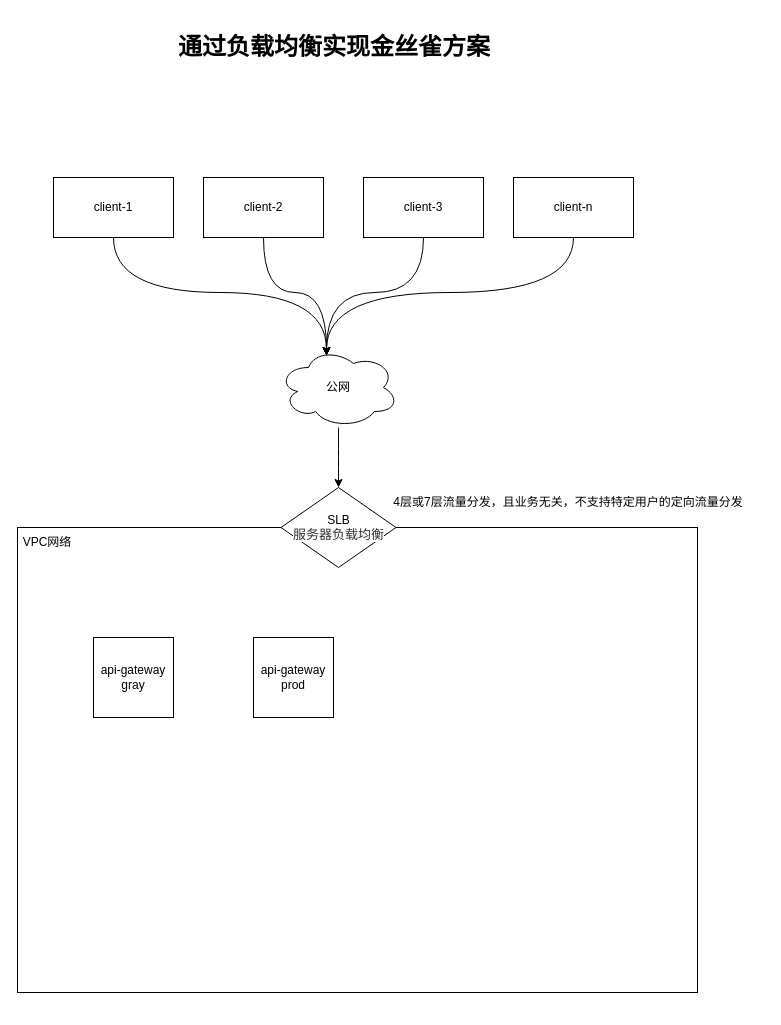
This is 通过负载均衡实现金丝雀方案.drawio from JefferyRao/hello-world, a draw.io file, before an edit. Source tidied: cells renumbered, new cells numbered last; positions are measured from the earlier drawing's top-left corner, leaving out a move shared by most shapes. Both pictures are drawn from the tidied source at 100%, with x=0, y=0 at pixel (17, 27).
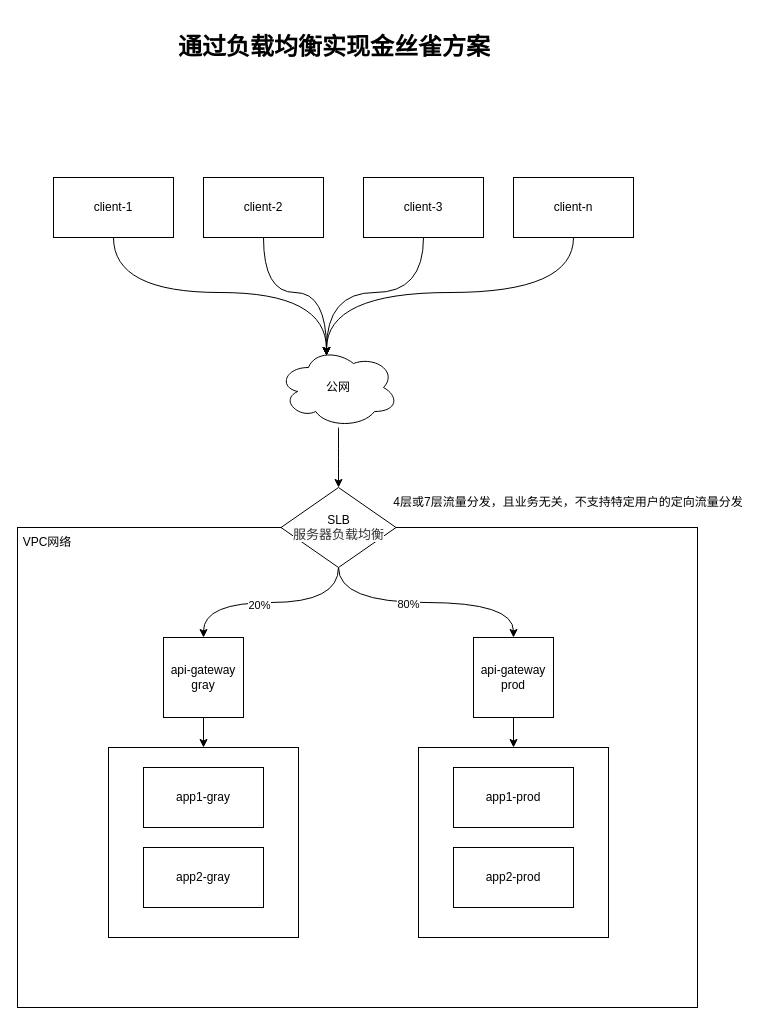
The same diagram, later.

Commit message (it also covers changes not shown here):
更新通过负载均衡实现金丝雀方案.drawio

Unchanged cells that the change refers to:
```xml
<mxCell id="15" value="SLB&lt;br&gt;&lt;span style=&quot;color: rgb(51, 51, 51); font-family: Arial, sans-serif; font-size: 13px; text-align: start; background-color: rgb(252, 252, 252);&quot;&gt;服务器负载均衡&lt;/span&gt;&lt;br&gt;" style="rhombus;whiteSpace=wrap;html=1;" parent="1" vertex="1">
  <mxGeometry x="263.5" y="460" width="115" height="80" as="geometry" />
</mxCell>
```

The edit, as a diff of the source:
```diff
@@
+    <mxCell id="13" style="rounded=0;whiteSpace=wrap;html=1;" parent="1" vertex="1">
+      <mxGeometry y="500" width="680" height="480" as="geometry" />
+    </mxCell>
@@
-    <mxCell id="13" style="rounded=0;whiteSpace=wrap;html=1;" parent="1" vertex="1">
-      <mxGeometry y="500" width="680" height="465" as="geometry" />
-    </mxCell>
@@
+    <mxCell id="19" style="edgeStyle=orthogonalEdgeStyle;curved=1;rounded=0;jettySize=auto;html=1;exitX=0.5;exitY=1;exitDx=0;exitDy=0;" parent="1" edge="1" source="15" target="17">
+      <mxGeometry relative="1" as="geometry" />
+    </mxCell>
+    <mxCell id="20" value="20%" style="edgeLabel;html=1;align=center;verticalAlign=middle;" parent="19" vertex="1">
+      <mxGeometry x="0.12" y="2" relative="1" as="geometry" />
+    </mxCell>
+    <mxCell id="21" style="edgeStyle=orthogonalEdgeStyle;curved=1;rounded=0;jettySize=auto;html=1;exitX=0.5;exitY=1;exitDx=0;exitDy=0;" parent="1" edge="1" source="15" target="18">
+      <mxGeometry relative="1" as="geometry" />
+    </mxCell>
+    <mxCell id="22" value="80%" style="edgeLabel;html=1;align=center;verticalAlign=middle;" parent="21" vertex="1">
+      <mxGeometry x="-0.15" y="-1" relative="1" as="geometry" />
+    </mxCell>
@@
+    <mxCell id="23" style="rounded=0;jettySize=auto;html=1;exitX=0.5;exitY=1;exitDx=0;exitDy=0;entryX=0.5;entryY=0;entryDx=0;entryDy=0;startArrow=none;" parent="1" edge="1" source="25">
+      <mxGeometry relative="1" as="geometry">
+        <mxPoint x="156" y="720" as="targetPoint" />
+      </mxGeometry>
+    </mxCell>
     <mxCell id="17" value="api-gateway&lt;br&gt;gray" style="whiteSpace=wrap;html=1;" parent="1" vertex="1">
-      <mxGeometry x="76" y="610" width="80" height="80" as="geometry" />
+      <mxGeometry x="146" y="610" width="80" height="80" as="geometry" />
     </mxCell>
+    <mxCell id="24" style="edgeStyle=none;rounded=0;jettySize=auto;html=1;endArrow=classic;endFill=1;" parent="1" edge="1" source="18" target="29">
+      <mxGeometry relative="1" as="geometry" />
+    </mxCell>
     <mxCell id="18" value="api-gateway&lt;br&gt;prod" style="whiteSpace=wrap;html=1;" parent="1" vertex="1">
-      <mxGeometry x="236" y="610" width="80" height="80" as="geometry" />
+      <mxGeometry x="456" y="610" width="80" height="80" as="geometry" />
     </mxCell>
+    <mxCell id="25" style="rounded=0;whiteSpace=wrap;html=1;" parent="1" vertex="1">
+      <mxGeometry x="91" y="720" width="190" height="190" as="geometry" />
+    </mxCell>
+    <mxCell id="26" value="app1-gray" style="rounded=0;whiteSpace=wrap;html=1;" parent="1" vertex="1">
+      <mxGeometry x="126" y="740" width="120" height="60" as="geometry" />
+    </mxCell>
+    <mxCell id="27" value="app2-gray" style="rounded=0;whiteSpace=wrap;html=1;" parent="1" vertex="1">
+      <mxGeometry x="126" y="820" width="120" height="60" as="geometry" />
+    </mxCell>
+    <mxCell id="28" style="rounded=0;jettySize=auto;html=1;exitX=0.5;exitY=1;exitDx=0;exitDy=0;entryX=0.5;entryY=0;entryDx=0;entryDy=0;endArrow=classic;endFill=1;" parent="1" edge="1" source="17" target="25">
+      <mxGeometry relative="1" as="geometry" />
+    </mxCell>
+    <mxCell id="29" style="rounded=0;whiteSpace=wrap;html=1;" parent="1" vertex="1">
+      <mxGeometry x="401" y="720" width="190" height="190" as="geometry" />
+    </mxCell>
+    <mxCell id="30" value="app2-prod" style="rounded=0;whiteSpace=wrap;html=1;" parent="1" vertex="1">
+      <mxGeometry x="436" y="820" width="120" height="60" as="geometry" />
+    </mxCell>
+    <mxCell id="31" value="app1-prod" style="rounded=0;whiteSpace=wrap;html=1;" parent="1" vertex="1">
+      <mxGeometry x="436" y="740" width="120" height="60" as="geometry" />
+    </mxCell>
```
